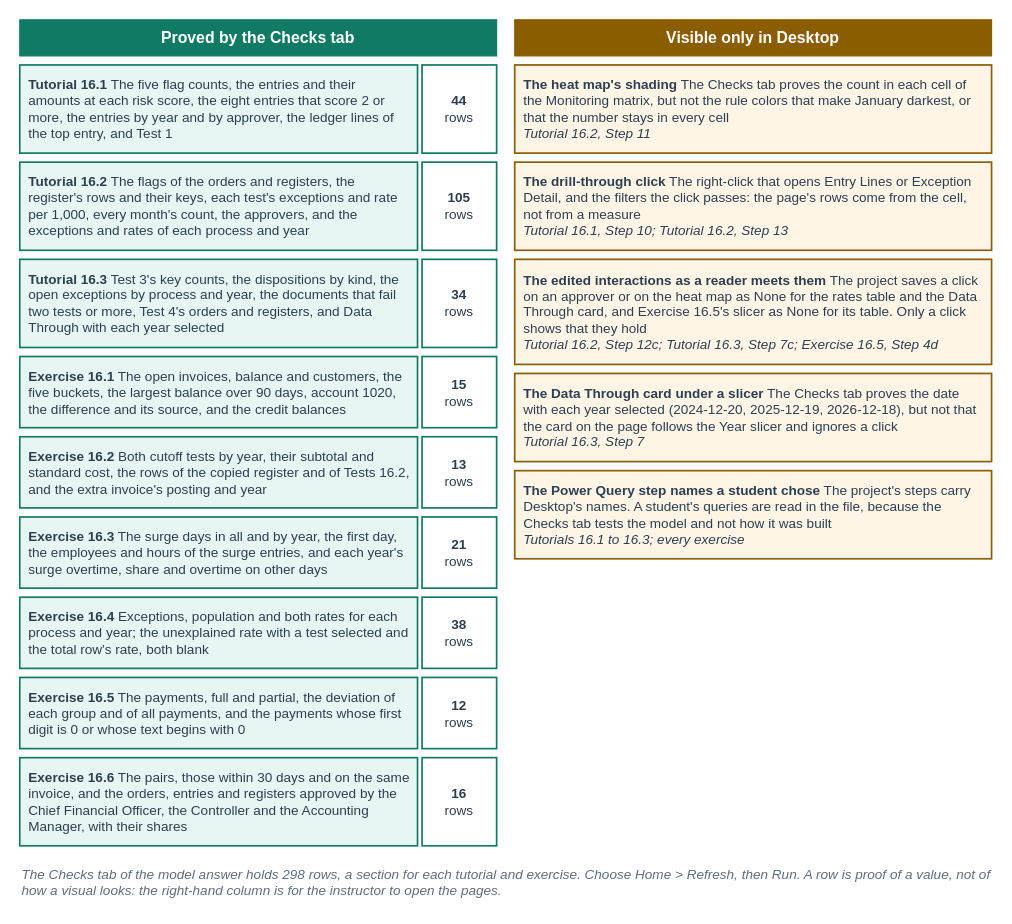
mmcodesso/Accounting_Analytics_Book keeps this draw.io diagram as facts/instructor/figures/chapter-16-audit-monitoring/IF-16-0-C.drawio. Above is the earlier version. Source tidied: cells renumbered, new cells numbered last; positions are measured from the earlier drawing's top-left corner, leaving out a move shared by most shapes. Both pictures are drawn from the tidied source at 113%, with x=0, y=0 at pixel (19, 19).
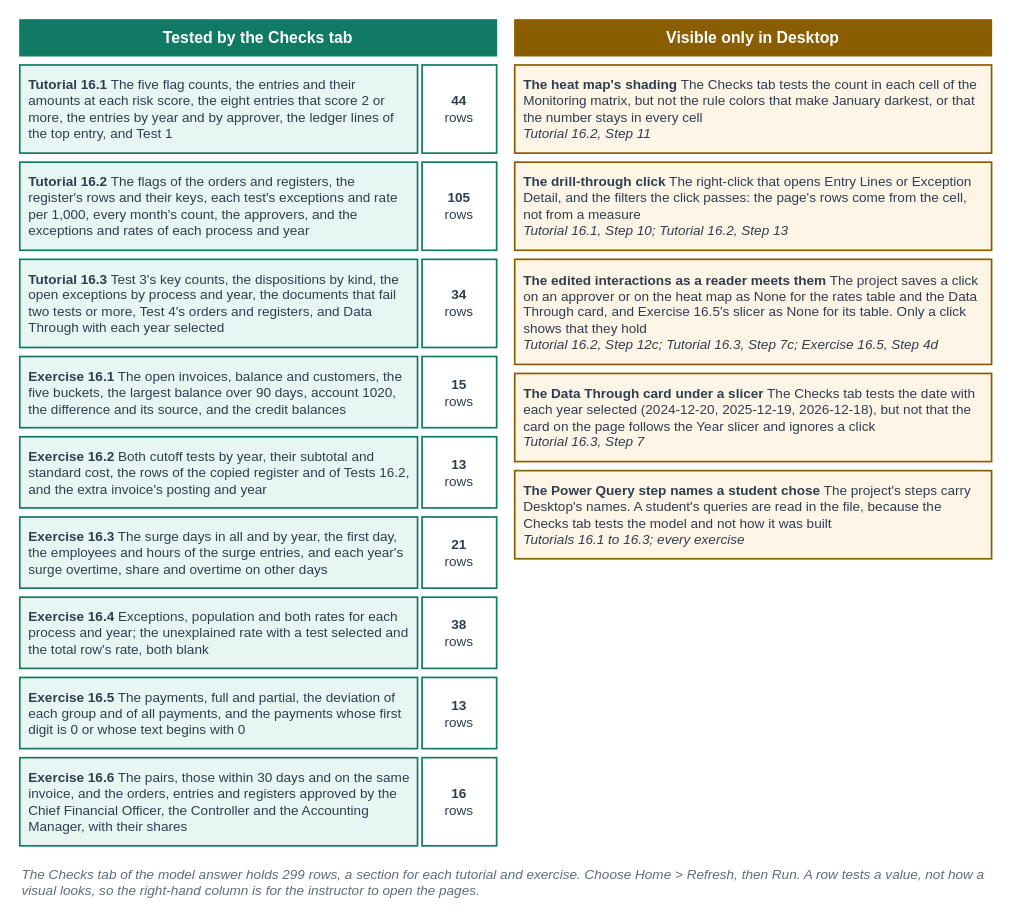
The same diagram, later.

Diff of the diagram source:
```diff
@@
-    <mxCell id="3" value="&lt;b&gt;Proved by the Checks tab&lt;/b&gt;" style="rounded=0;arcSize=6;whiteSpace=wrap;html=1;fillColor=#117A65;strokeColor=#117A65;strokeWidth=1;fontColor=#FFFFFF;fontSize=14;fontStyle=0;align=center;verticalAlign=middle;fontFamily=Helvetica;spacingLeft=6;spacingRight=6;" parent="1" vertex="1">
+    <mxCell id="3" value="&lt;b&gt;Tested by the Checks tab&lt;/b&gt;" style="rounded=0;arcSize=6;whiteSpace=wrap;html=1;fillColor=#117A65;strokeColor=#117A65;strokeWidth=1;fontColor=#FFFFFF;fontSize=14;fontStyle=0;align=center;verticalAlign=middle;fontFamily=Helvetica;spacingLeft=6;spacingRight=6;" parent="1" vertex="1">
       <mxGeometry width="422" height="32" as="geometry" />
     </mxCell>
@@
-    <mxCell id="20" value="&lt;b&gt;12&lt;/b&gt;&lt;br&gt;rows" style="rounded=0;arcSize=6;whiteSpace=wrap;html=1;fillColor=#FFFFFF;strokeColor=#117A65;strokeWidth=1.5;fontColor=#2C3E50;fontSize=12;fontStyle=0;align=center;verticalAlign=middle;fontFamily=Helvetica;spacingLeft=6;spacingRight=6;" parent="1" vertex="1">
+    <mxCell id="20" value="&lt;b&gt;13&lt;/b&gt;&lt;br&gt;rows" style="rounded=0;arcSize=6;whiteSpace=wrap;html=1;fillColor=#FFFFFF;strokeColor=#117A65;strokeWidth=1.5;fontColor=#2C3E50;fontSize=12;fontStyle=0;align=center;verticalAlign=middle;fontFamily=Helvetica;spacingLeft=6;spacingRight=6;" parent="1" vertex="1">
       <mxGeometry x="356" y="582" width="66" height="63" as="geometry" />
     </mxCell>
@@
-    <mxCell id="23" value="&lt;b&gt;The heat map's shading&lt;/b&gt; The Checks tab proves the count in each cell of the Monitoring matrix, but not the rule colors that make January darkest, or that the number stays in every cell&lt;br&gt;&lt;i&gt;Tutorial&amp;nbsp;16.2, Step&amp;nbsp;11&lt;/i&gt;" style="rounded=0;arcSize=6;whiteSpace=wrap;html=1;fillColor=#FEF5E7;strokeColor=#8A5D00;strokeWidth=1.5;fontColor=#2C3E50;fontSize=12;fontStyle=0;align=left;verticalAlign=middle;fontFamily=Helvetica;spacingLeft=6;spacingRight=6;" parent="1" vertex="1">
+    <mxCell id="23" value="&lt;b&gt;The heat map's shading&lt;/b&gt; The Checks tab tests the count in each cell of the Monitoring matrix, but not the rule colors that make January darkest, or that the number stays in every cell&lt;br&gt;&lt;i&gt;Tutorial&amp;nbsp;16.2, Step&amp;nbsp;11&lt;/i&gt;" style="rounded=0;arcSize=6;whiteSpace=wrap;html=1;fillColor=#FEF5E7;strokeColor=#8A5D00;strokeWidth=1.5;fontColor=#2C3E50;fontSize=12;fontStyle=0;align=left;verticalAlign=middle;fontFamily=Helvetica;spacingLeft=6;spacingRight=6;" parent="1" vertex="1">
       <mxGeometry x="438" y="40" width="422" height="78" as="geometry" />
     </mxCell>
@@
-    <mxCell id="26" value="&lt;b&gt;The Data Through card under a slicer&lt;/b&gt; The Checks tab proves the date with each year selected (2024-12-20, 2025-12-19, 2026-12-18), but not that the card on the page follows the Year slicer and ignores a click&lt;br&gt;&lt;i&gt;Tutorial&amp;nbsp;16.3, Step&amp;nbsp;7&lt;/i&gt;" style="rounded=0;arcSize=6;whiteSpace=wrap;html=1;fillColor=#FEF5E7;strokeColor=#8A5D00;strokeWidth=1.5;fontColor=#2C3E50;fontSize=12;fontStyle=0;align=left;verticalAlign=middle;fontFamily=Helvetica;spacingLeft=6;spacingRight=6;" parent="1" vertex="1">
+    <mxCell id="26" value="&lt;b&gt;The Data Through card under a slicer&lt;/b&gt; The Checks tab tests the date with each year selected (2024-12-20, 2025-12-19, 2026-12-18), but not that the card on the page follows the Year slicer and ignores a click&lt;br&gt;&lt;i&gt;Tutorial&amp;nbsp;16.3, Step&amp;nbsp;7&lt;/i&gt;" style="rounded=0;arcSize=6;whiteSpace=wrap;html=1;fillColor=#FEF5E7;strokeColor=#8A5D00;strokeWidth=1.5;fontColor=#2C3E50;fontSize=12;fontStyle=0;align=left;verticalAlign=middle;fontFamily=Helvetica;spacingLeft=6;spacingRight=6;" parent="1" vertex="1">
       <mxGeometry x="438" y="313" width="422" height="78" as="geometry" />
     </mxCell>
@@
-    <mxCell id="28" value="&lt;i&gt;The Checks tab of the model answer holds 298 rows, a section for each tutorial and exercise. Choose Home &gt; Refresh, then Run. A row is proof of a value, not of how a visual looks: the right-hand column is for the instructor to open the pages.&lt;/i&gt;" style="text;html=1;whiteSpace=wrap;align=left;verticalAlign=top;fontSize=12;fontColor=#5D6D7E;fontStyle=0;fontFamily=Helvetica;spacing=2;fillColor=none;strokeColor=none;" parent="1" vertex="1">
+    <mxCell id="28" value="&lt;i&gt;The Checks tab of the model answer holds 299 rows, a section for each tutorial and exercise. Choose Home &gt; Refresh, then Run. A row tests a value, not how a visual looks, so the right-hand column is for the instructor to open the pages.&lt;/i&gt;" style="text;html=1;whiteSpace=wrap;align=left;verticalAlign=top;fontSize=12;fontColor=#5D6D7E;fontStyle=0;fontFamily=Helvetica;spacing=2;fillColor=none;strokeColor=none;" parent="1" vertex="1">
       <mxGeometry y="743" width="860" height="38" as="geometry" />
     </mxCell>
```
